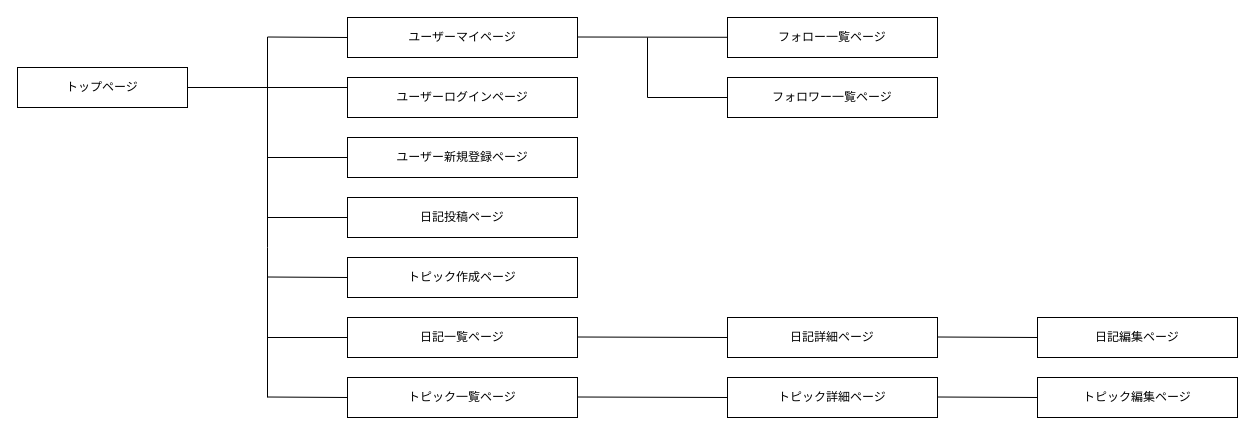
Earlier version of the draw.io diagram 画面推移図.dio (kawamoto06/apex-home). Source tidied: cells renumbered, new cells numbered last; positions are measured from the earlier drawing's top-left corner, leaving out a move shared by most shapes. Both pictures are drawn from the tidied source at 100%, with x=0, y=0 at pixel (17, 17).
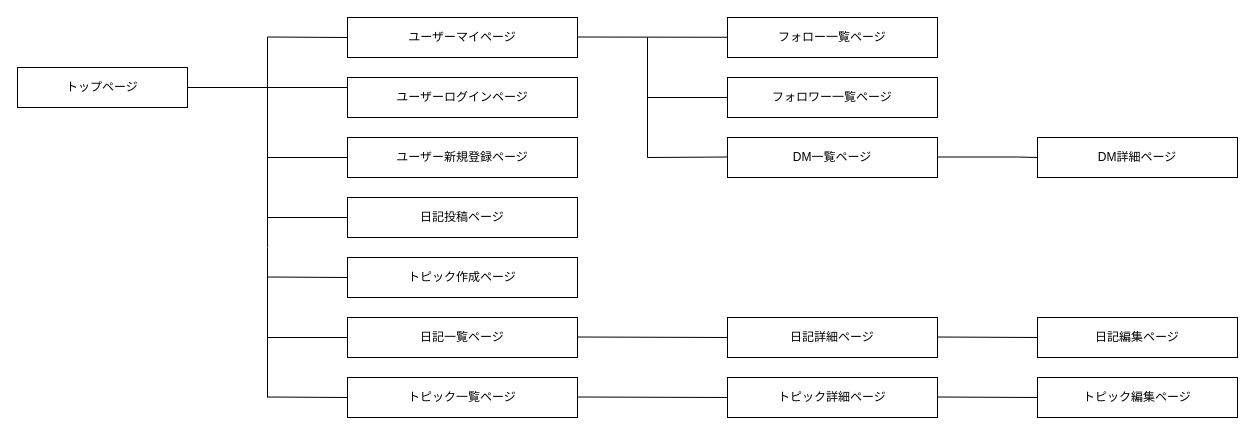
After the change.

Diff of the diagram source:
```diff
@@
+    <mxCell id="47" value="DM一覧ページ" style="whiteSpace=wrap;html=1;align=center;" parent="1" vertex="1">
+      <mxGeometry x="710" y="120" width="210" height="40" as="geometry" />
+    </mxCell>
+    <mxCell id="48" value="DM詳細ページ" style="whiteSpace=wrap;html=1;align=center;" parent="1" vertex="1">
+      <mxGeometry x="1020" y="120" width="200" height="40" as="geometry" />
+    </mxCell>
+    <mxCell id="49" style="endArrow=none;html=1;rounded=0;elbow=vertical;" parent="1" edge="1">
+      <mxGeometry relative="1" as="geometry">
+        <mxPoint x="630" y="140" as="sourcePoint" />
+        <mxPoint x="710" y="139.5" as="targetPoint" />
+      </mxGeometry>
+    </mxCell>
+    <mxCell id="50" style="html=1;align=right;verticalAlign=bottom;" parent="49" vertex="1">
+      <mxGeometry x="1" relative="1" as="geometry" />
+    </mxCell>
+    <mxCell id="51" style="endArrow=none;html=1;rounded=0;elbow=vertical;" parent="1" edge="1">
+      <mxGeometry relative="1" as="geometry">
+        <mxPoint x="630" y="140" as="sourcePoint" />
+        <mxPoint x="630" y="140" as="targetPoint" />
+        <Array as="points">
+          <mxPoint x="630" y="80" />
+        </Array>
+      </mxGeometry>
+    </mxCell>
+    <mxCell id="52" style="html=1;align=right;verticalAlign=bottom;" parent="51" vertex="1">
+      <mxGeometry x="1" relative="1" as="geometry" />
+    </mxCell>
+    <mxCell id="53" style="endArrow=none;html=1;rounded=0;elbow=vertical;" parent="1" edge="1">
+      <mxGeometry relative="1" as="geometry">
+        <mxPoint x="920" y="139.5" as="sourcePoint" />
+        <mxPoint x="1020" y="140" as="targetPoint" />
+        <Array as="points">
+          <mxPoint x="1000" y="139.5" />
+          <mxPoint x="1020" y="140" />
+        </Array>
+      </mxGeometry>
+    </mxCell>
```
